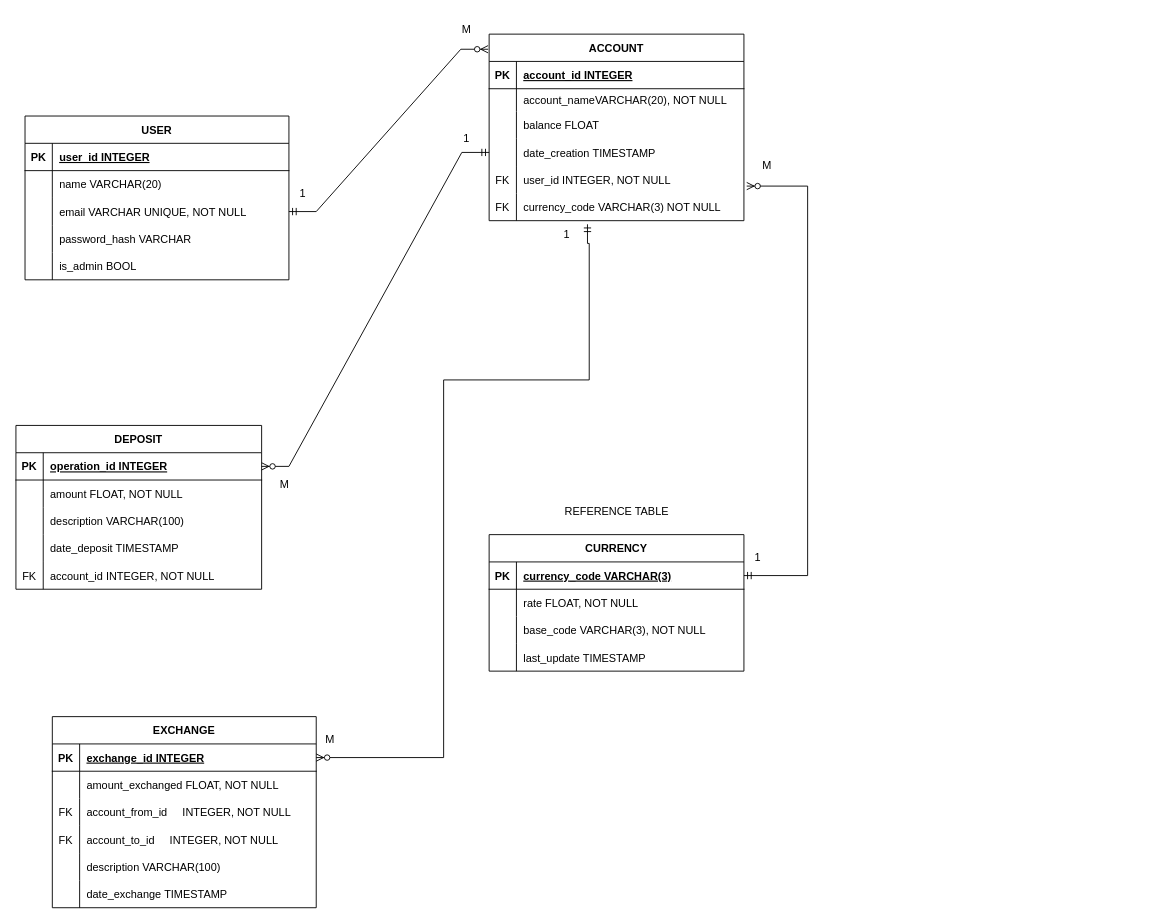
danilo90lan/API_Web_Server_Currency_Exchange keeps this draw.io diagram as Currency_exchange.drawio. Above is the earlier version. Source tidied: cells renumbered, new cells numbered last; positions are measured from the earlier drawing's top-left corner, leaving out a move shared by most shapes. Both pictures are drawn from the tidied source at 91%, with x=0, y=0 at pixel (15, 15).
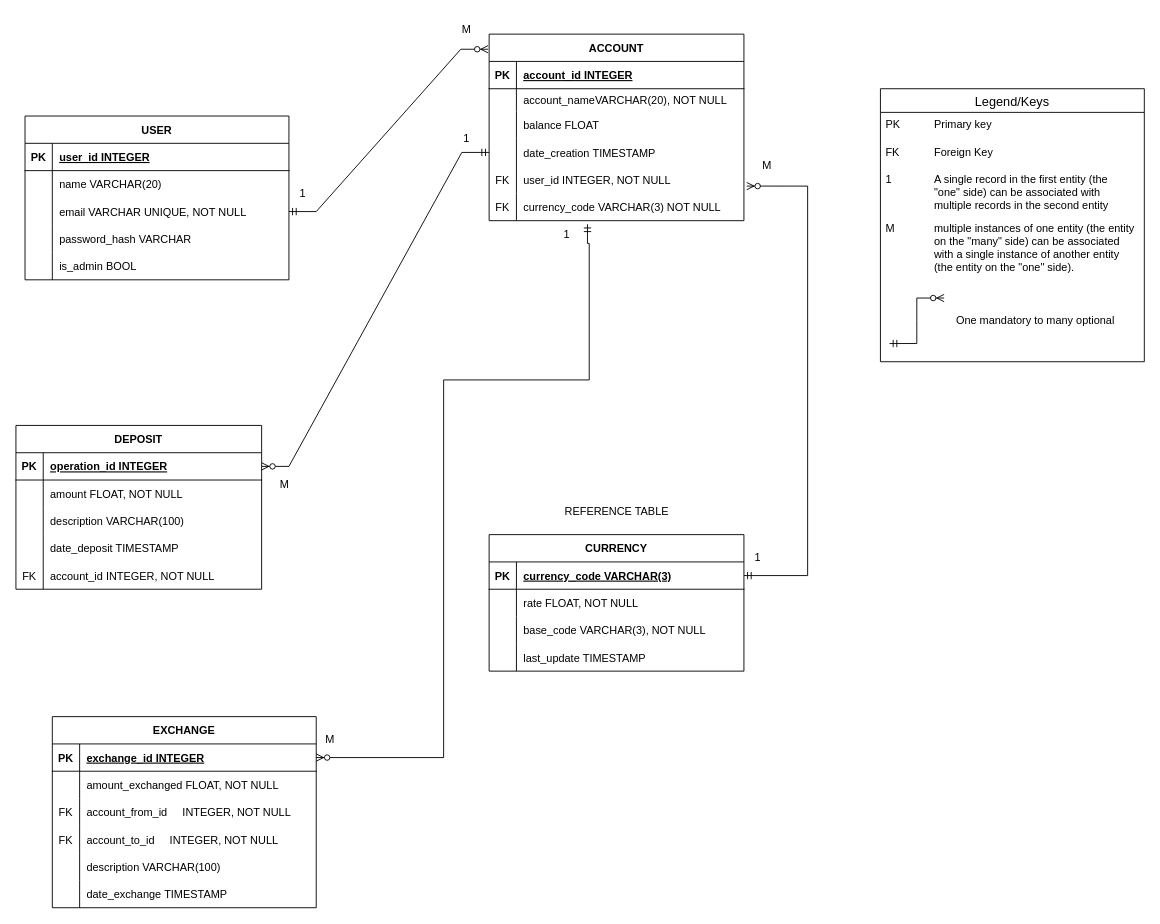
The same page after the edit.

What changed in the source:
```diff
@@
+    <mxCell id="98" value="Legend/Keys" style="swimlane;fontStyle=0;horizontal=1;startSize=26;align=center;fontSize=14;" parent="1" vertex="1">
+      <mxGeometry x="950" y="80" width="290" height="300" as="geometry" />
+    </mxCell>
+    <mxCell id="99" value="PK&lt;span style=&quot;white-space: pre;&quot;&gt;&#9;&lt;/span&gt;&lt;span style=&quot;white-space: pre;&quot;&gt;&#9;&lt;/span&gt;Primary key" style="text;strokeColor=none;fillColor=none;spacingLeft=4;spacingRight=4;overflow=hidden;fontSize=12;whiteSpace=wrap;html=1;" parent="98" vertex="1">
+      <mxGeometry y="26" width="290" height="30" as="geometry" />
+    </mxCell>
+    <mxCell id="100" value="FK&lt;span style=&quot;white-space: pre;&quot;&gt;&#9;&lt;/span&gt;&lt;span style=&quot;white-space: pre;&quot;&gt;&#9;&lt;/span&gt;Foreign Key" style="text;strokeColor=none;fillColor=none;spacingLeft=4;spacingRight=4;overflow=hidden;fontSize=12;whiteSpace=wrap;html=1;" parent="98" vertex="1">
+      <mxGeometry y="56" width="290" height="30" as="geometry" />
+    </mxCell>
+    <mxCell id="101" value="1&lt;span style=&quot;white-space: pre;&quot;&gt;&#9;&lt;/span&gt;&lt;span style=&quot;white-space: pre;&quot;&gt;&#9;&lt;/span&gt;A single record in the first entity (the &lt;span style=&quot;white-space: pre;&quot;&gt;&#9;&lt;/span&gt;&lt;span style=&quot;white-space: pre;&quot;&gt;&#9;&lt;/span&gt;&quot;one&quot; side) can be associated with &lt;span style=&quot;white-space: pre;&quot;&gt;&#9;&lt;/span&gt;&lt;span style=&quot;white-space: pre;&quot;&gt;&#9;&lt;/span&gt;multiple records in the second entity" style="text;strokeColor=none;fillColor=none;spacingLeft=4;spacingRight=4;overflow=hidden;fontSize=12;whiteSpace=wrap;html=1;" parent="98" vertex="1">
+      <mxGeometry y="86" width="290" height="54" as="geometry" />
+    </mxCell>
+    <mxCell id="102" value="M&lt;span style=&quot;white-space: pre;&quot;&gt;&#9;&lt;/span&gt;&lt;span style=&quot;white-space: pre;&quot;&gt;&#9;&lt;/span&gt;multiple instances of one entity (the entity &lt;span style=&quot;white-space: pre;&quot;&gt;&#9;&lt;/span&gt;&lt;span style=&quot;white-space: pre;&quot;&gt;&#9;&lt;/span&gt;on the &quot;many&quot; side) can be associated &lt;span style=&quot;white-space: pre;&quot;&gt;&#9;&lt;/span&gt;&lt;span style=&quot;white-space: pre;&quot;&gt;&#9;&lt;/span&gt;with a single instance of another entity &lt;span style=&quot;white-space: pre;&quot;&gt;&#9;&lt;/span&gt;&lt;span style=&quot;white-space: pre;&quot;&gt;&#9;&lt;/span&gt;(the entity on the &quot;one&quot; side)." style="text;strokeColor=none;fillColor=none;spacingLeft=4;spacingRight=4;overflow=hidden;fontSize=12;whiteSpace=wrap;html=1;" parent="98" vertex="1">
+      <mxGeometry y="140" width="290" height="70" as="geometry" />
+    </mxCell>
+    <mxCell id="103" style="text;strokeColor=none;fillColor=none;spacingLeft=4;spacingRight=4;overflow=hidden;fontSize=12;whiteSpace=wrap;html=1;" parent="98" vertex="1">
+      <mxGeometry y="210" width="290" height="90" as="geometry" />
+    </mxCell>
+    <mxCell id="104" style="edgeStyle=entityRelationEdgeStyle;fontSize=12;html=1;endArrow=ERzeroToMany;startArrow=ERmandOne;rounded=0;" parent="1" edge="1">
+      <mxGeometry relative="1" as="geometry">
+        <mxPoint x="960" y="360" as="sourcePoint" />
+        <mxPoint x="1020" y="310" as="targetPoint" />
+      </mxGeometry>
+    </mxCell>
+    <mxCell id="105" value="One mandatory to many optional" style="text;html=1;align=center;verticalAlign=middle;strokeColor=none;fillColor=none;" parent="1" vertex="1">
+      <mxGeometry x="1020" y="320" width="200" height="30" as="geometry" />
+    </mxCell>
```
